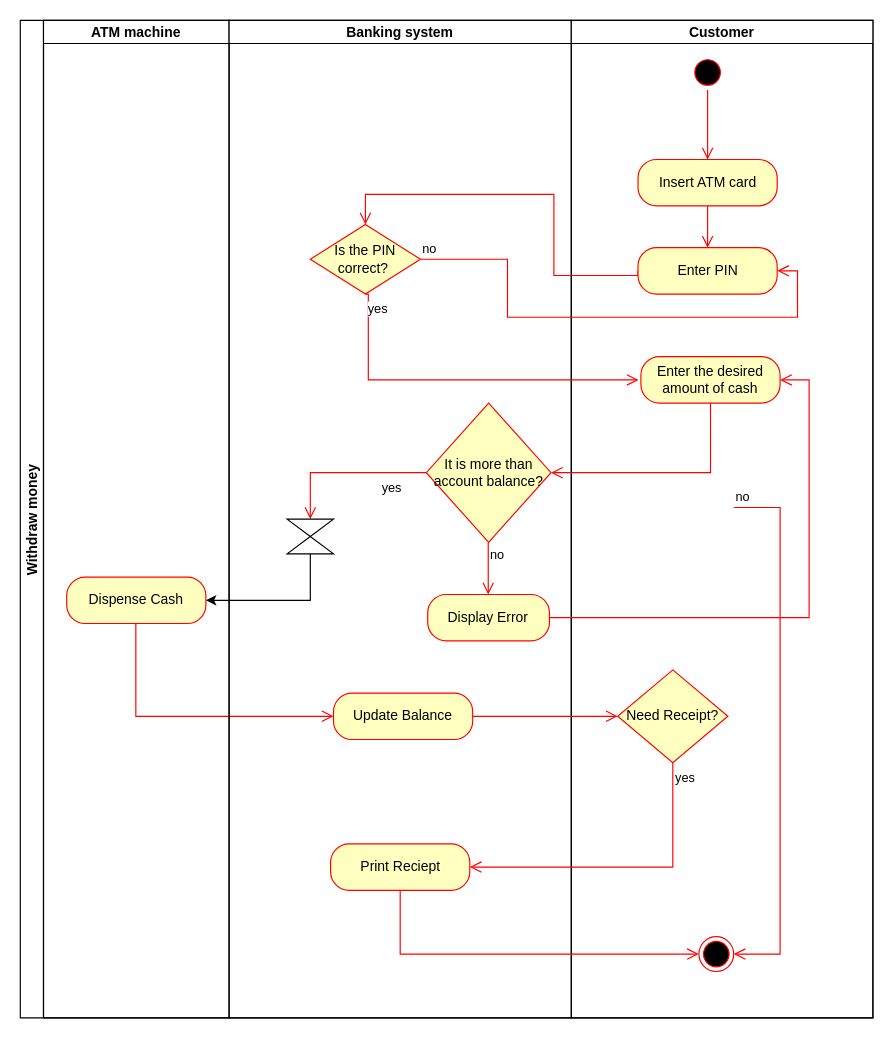
LoneStreetSkater/DRAW.IO keeps this draw.io diagram as Actvity ATM - Withdraw.drawio. Above is the earlier version. Source tidied: cells renumbered, new cells numbered last; positions are measured from the earlier drawing's top-left corner, leaving out a move shared by most shapes. Both pictures are drawn from the tidied source at 116%, with x=0, y=0 at pixel (20, 20).
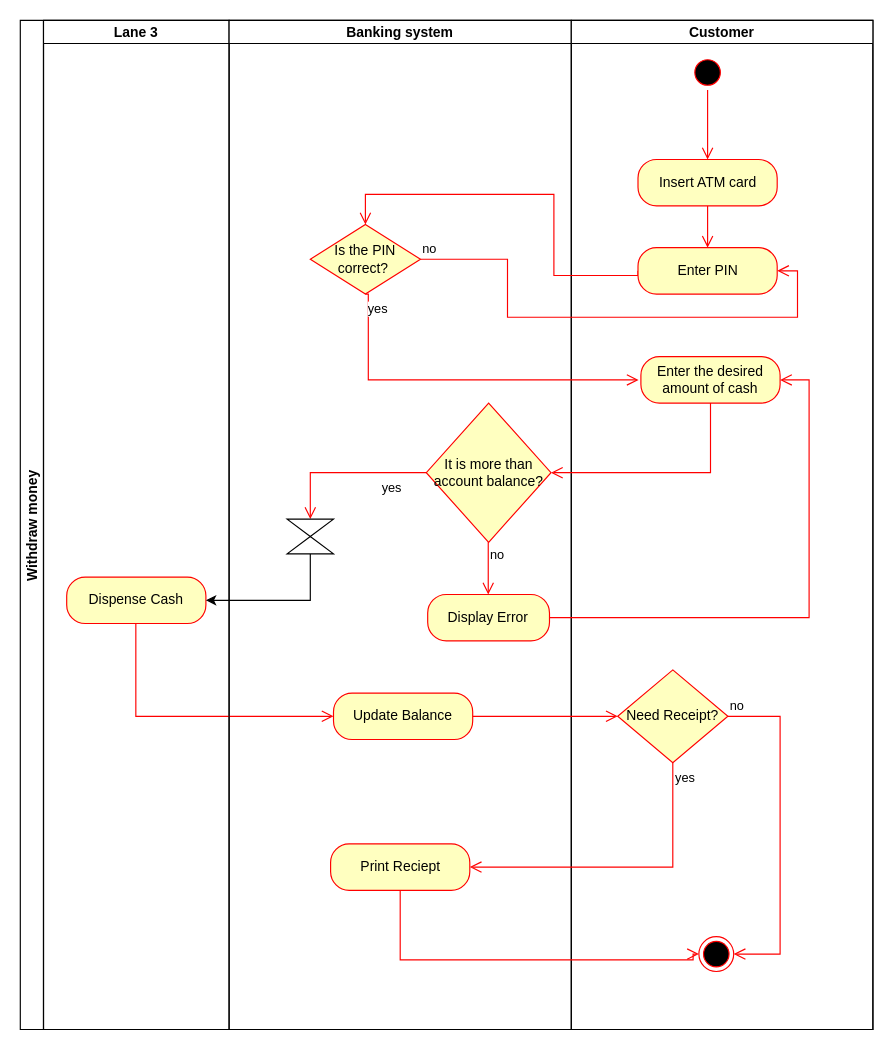
After the change.

Commit message:
fixed a little bug

The change refers to these unchanged cells:
```xml
<mxCell id="14" value="Print Reciept" style="rounded=1;whiteSpace=wrap;html=1;arcSize=40;fontColor=#000000;fillColor=#ffffc0;strokeColor=#ff0000;" parent="6" vertex="1">
  <mxGeometry x="87.5" y="710" width="120" height="40" as="geometry" />
</mxCell>
<mxCell id="16" style="ellipse;html=1;shape=endState;fillColor=#000000;strokeColor=#ff0000;" parent="15" vertex="1">
  <mxGeometry x="110" y="790" width="30" height="30" as="geometry" />
</mxCell>
<mxCell id="27" value="Need Receipt?" style="rhombus;whiteSpace=wrap;html=1;fontColor=#000000;fillColor=#ffffc0;strokeColor=#ff0000;" parent="15" vertex="1">
  <mxGeometry x="40" y="560" width="95" height="80" as="geometry" />
</mxCell>
```

The edit, as a diff of the source:
```diff
@@
     <mxCell id="2" value="Withdraw money" style="swimlane;startSize=20;horizontal=0;" parent="1" vertex="1">
-      <mxGeometry width="735" height="860" as="geometry" />
+      <mxGeometry width="735" height="870" as="geometry" />
     </mxCell>
-    <mxCell id="3" value="ATM machine" style="swimlane;startSize=20;" parent="2" vertex="1">
-      <mxGeometry x="20" width="160" height="860" as="geometry" />
+    <mxCell id="3" value="Lane 3" style="swimlane;startSize=20;" parent="2" vertex="1">
+      <mxGeometry x="20" width="160" height="870" as="geometry" />
     </mxCell>
@@
     <mxCell id="6" value="Banking system" style="swimlane;startSize=20;" parent="2" vertex="1">
-      <mxGeometry x="180" width="295" height="860" as="geometry" />
+      <mxGeometry x="180" width="295" height="870" as="geometry" />
     </mxCell>
@@
     <mxCell id="15" value="Customer" style="swimlane;startSize=20;" parent="2" vertex="1">
-      <mxGeometry x="475" width="260" height="860" as="geometry" />
+      <mxGeometry x="475" width="260" height="870" as="geometry" />
     </mxCell>
@@
-    <mxCell id="28" value="no" style="edgeStyle=orthogonalEdgeStyle;html=1;align=left;verticalAlign=bottom;endArrow=open;endSize=8;strokeColor=#ff0000;rounded=0;entryX=1;entryY=0.5;entryDx=0;entryDy=0;exitX=1;exitY=0.5;exitDx=0;exitDy=0;" parent="15" edge="1" target="16">
+    <mxCell id="28" value="no" style="edgeStyle=orthogonalEdgeStyle;html=1;align=left;verticalAlign=bottom;endArrow=open;endSize=8;strokeColor=#ff0000;rounded=0;entryX=1;entryY=0.5;entryDx=0;entryDy=0;exitX=1;exitY=0.5;exitDx=0;exitDy=0;" parent="15" edge="1" source="27" target="16">
       <mxGeometry x="-1" relative="1" as="geometry">
-        <mxPoint x="140" y="420" as="sourcePoint" />
         <Array as="points">
-          <mxPoint x="180" y="420" />
+          <mxPoint x="180" y="600" />
           <mxPoint x="180" y="805" />
         </Array>
       </mxGeometry>
     </mxCell>
@@
     <mxCell id="34" style="edgeStyle=orthogonalEdgeStyle;html=1;verticalAlign=bottom;endArrow=open;endSize=8;strokeColor=#ff0000;rounded=0;exitX=0.5;exitY=1;exitDx=0;exitDy=0;entryX=0;entryY=0.5;entryDx=0;entryDy=0;" parent="2" edge="1" source="14" target="16">
       <mxGeometry relative="1" as="geometry">
         <Array as="points">
-          <mxPoint x="328" y="805" />
+          <mxPoint x="328" y="810" />
+          <mxPoint x="580" y="810" />
+          <mxPoint x="580" y="805" />
         </Array>
       </mxGeometry>
     </mxCell>
```
